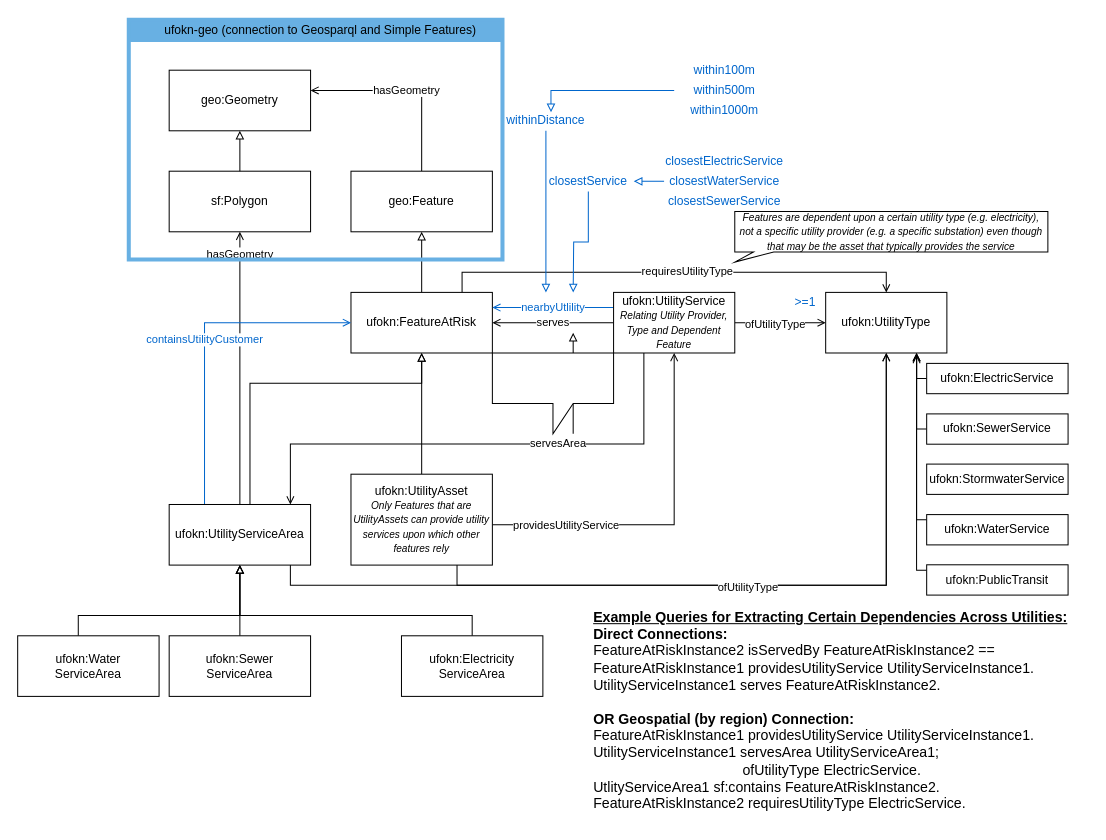
Above: UFOKN-utility-connection-pattern.drawio in UFOKN/Knowledge-Graph (draw.io), before the change. Source tidied: cells renumbered, new cells numbered last; positions are measured from the earlier drawing's top-left corner, leaving out a move shared by most shapes. Both pictures are drawn from the tidied source at 101%, with x=0, y=0 at pixel (17, 19).
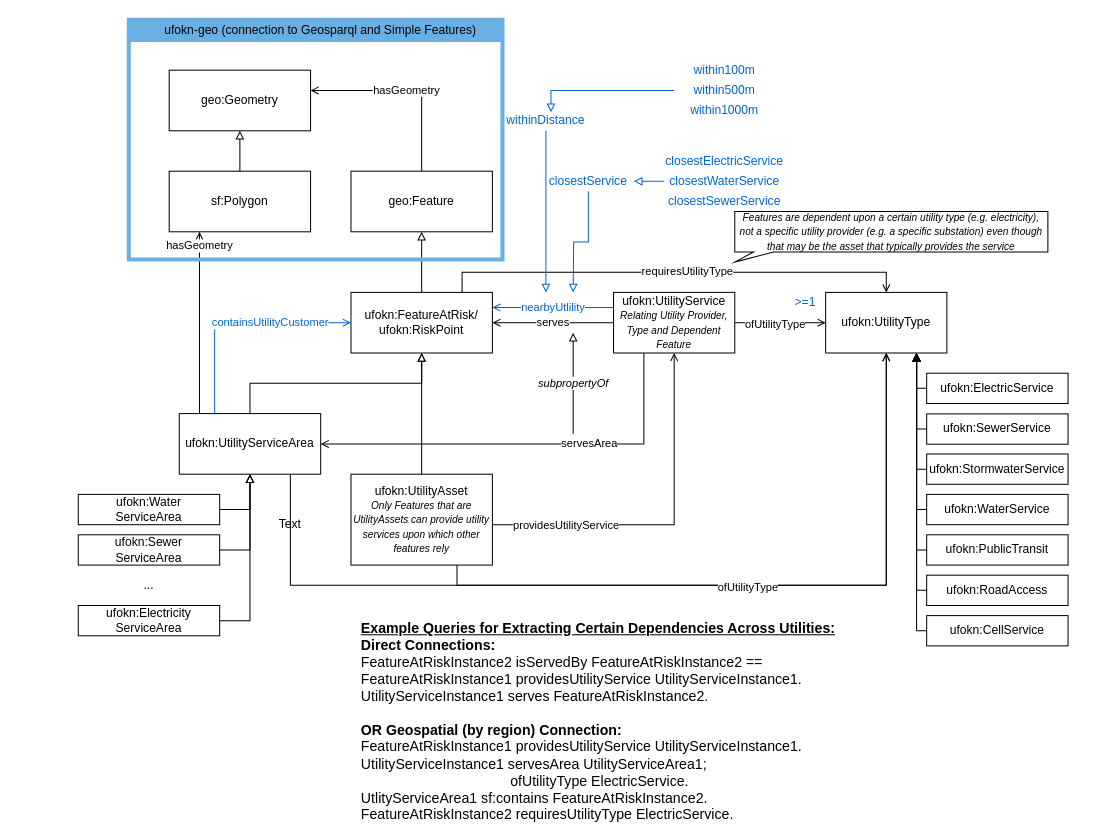
After the change.

Commit message (it also covers changes not shown here):
Utility Connection Pattern refined

Unchanged cells that the change refers to:
```xml
<mxCell id="30" value="sf:Polygon" style="rounded=0;whiteSpace=wrap;html=1;" parent="28" vertex="1">
  <mxGeometry x="40" y="150" width="140" height="60" as="geometry" />
</mxCell>
<mxCell id="36" value="ufokn:UtilityType" style="rounded=0;whiteSpace=wrap;html=1;" parent="1" vertex="1">
  <mxGeometry x="800" y="270" width="120" height="60" as="geometry" />
</mxCell>
<mxCell id="40" value="ufokn:SewerService" style="rounded=0;whiteSpace=wrap;html=1;" parent="1" vertex="1">
  <mxGeometry x="900" y="390.3" width="140" height="30" as="geometry" />
</mxCell>
```

The edit, as a diff of the source:
```diff
@@
-    <mxCell id="7" value="ufokn:FeatureAtRisk" style="rounded=0;whiteSpace=wrap;html=1;" parent="1" vertex="1">
+    <mxCell id="7" value="ufokn:FeatureAtRisk/&lt;br&gt;ufokn:RiskPoint" style="rounded=0;whiteSpace=wrap;html=1;" parent="1" vertex="1">
       <mxGeometry x="330" y="270" width="140" height="60" as="geometry" />
     </mxCell>
@@
     <mxCell id="16" value="hasGeometry" style="edgeStyle=orthogonalEdgeStyle;rounded=0;jettySize=auto;html=1;endArrow=open;endFill=0;" parent="1" edge="1" source="19" target="30">
-      <mxGeometry x="0.84" relative="1" as="geometry" />
+      <mxGeometry x="0.84" relative="1" as="geometry">
+        <Array as="points">
+          <mxPoint x="180" y="260" />
+          <mxPoint x="180" y="260" />
+        </Array>
+      </mxGeometry>
     </mxCell>
@@
     <mxCell id="18" value="containsUtilityCustomer" style="edgeStyle=orthogonalEdgeStyle;rounded=0;jettySize=auto;html=1;exitX=0.25;exitY=0;exitDx=0;exitDy=0;entryX=0;entryY=0.5;entryDx=0;entryDy=0;endArrow=open;endFill=0;strokeColor=#0066CC;fontColor=#0066CC;" parent="1" edge="1" source="19" target="7">
-      <mxGeometry relative="1" as="geometry" />
+      <mxGeometry x="0.29" relative="1" as="geometry" />
     </mxCell>
     <mxCell id="19" value="ufokn:UtilityServiceArea" style="rounded=0;whiteSpace=wrap;html=1;" parent="1" vertex="1">
-      <mxGeometry x="150" y="480" width="140" height="60" as="geometry" />
+      <mxGeometry x="160" y="390" width="140" height="60" as="geometry" />
     </mxCell>
@@
     <mxCell id="22" style="edgeStyle=orthogonalEdgeStyle;rounded=0;jettySize=auto;html=1;endArrow=block;endFill=0;" parent="1" edge="1" source="23" target="19">
       <mxGeometry relative="1" as="geometry">
         <Array as="points">
-          <mxPoint x="450" y="590" />
-          <mxPoint x="220" y="590" />
+          <mxPoint x="230" y="595" />
         </Array>
       </mxGeometry>
     </mxCell>
     <mxCell id="23" value="ufokn:Electricity&lt;br&gt;ServiceArea" style="rounded=0;whiteSpace=wrap;html=1;" parent="1" vertex="1">
-      <mxGeometry x="380" y="610" width="140" height="60" as="geometry" />
+      <mxGeometry x="60" y="580" width="140" height="30" as="geometry" />
     </mxCell>
     <mxCell id="24" style="edgeStyle=orthogonalEdgeStyle;rounded=0;jettySize=auto;html=1;endArrow=block;endFill=0;" parent="1" edge="1" source="25" target="19">
       <mxGeometry relative="1" as="geometry">
         <Array as="points">
-          <mxPoint x="60" y="590" />
-          <mxPoint x="220" y="590" />
+          <mxPoint x="230" y="485" />
         </Array>
       </mxGeometry>
     </mxCell>
     <mxCell id="25" value="ufokn:Water&lt;br&gt;ServiceArea" style="rounded=0;whiteSpace=wrap;html=1;" parent="1" vertex="1">
-      <mxGeometry y="610" width="140" height="60" as="geometry" />
+      <mxGeometry x="60" y="470" width="140" height="30" as="geometry" />
     </mxCell>
     <mxCell id="26" style="edgeStyle=orthogonalEdgeStyle;rounded=0;jettySize=auto;html=1;endArrow=block;endFill=0;" parent="1" edge="1" source="27" target="19">
       <mxGeometry relative="1" as="geometry">
         <Array as="points">
-          <mxPoint x="220" y="590" />
-          <mxPoint x="220" y="590" />
+          <mxPoint x="230" y="525" />
         </Array>
       </mxGeometry>
     </mxCell>
     <mxCell id="27" value="ufokn:Sewer&lt;br&gt;ServiceArea" style="rounded=0;whiteSpace=wrap;html=1;" parent="1" vertex="1">
-      <mxGeometry x="150" y="610" width="140" height="60" as="geometry" />
+      <mxGeometry x="60" y="510" width="140" height="30" as="geometry" />
     </mxCell>
@@
-    <mxCell id="37" style="edgeStyle=orthogonalEdgeStyle;rounded=0;jettySize=auto;html=1;endArrow=open;endFill=0;" parent="1" edge="1" source="38">
-      <mxGeometry relative="1" as="geometry">
-        <mxPoint x="890" y="332" as="targetPoint" />
-        <Array as="points">
-          <mxPoint x="890" y="355.3" />
-          <mxPoint x="890" y="331.3" />
-        </Array>
-      </mxGeometry>
-    </mxCell>
+    <mxCell id="64" style="edgeStyle=orthogonalEdgeStyle;rounded=0;jettySize=auto;html=1;endArrow=block;endFill=1;" parent="1" edge="1" source="38" target="36">
+      <mxGeometry relative="1" as="geometry">
+        <Array as="points">
+          <mxPoint x="890" y="365" />
+        </Array>
+      </mxGeometry>
+    </mxCell>
     <mxCell id="38" value="ufokn:ElectricService" style="rounded=0;whiteSpace=wrap;html=1;" parent="1" vertex="1">
-      <mxGeometry x="900" y="340.3" width="140" height="30" as="geometry" />
+      <mxGeometry x="900" y="350" width="140" height="30" as="geometry" />
     </mxCell>
-    <mxCell id="39" style="edgeStyle=orthogonalEdgeStyle;rounded=0;jettySize=auto;html=1;endArrow=open;endFill=0;" parent="1" edge="1" source="40">
+    <mxCell id="39" style="edgeStyle=orthogonalEdgeStyle;rounded=0;jettySize=auto;html=1;endArrow=block;endFill=1;" parent="1" edge="1" source="40" target="36">
       <mxGeometry relative="1" as="geometry">
-        <mxPoint x="890" y="330" as="targetPoint" />
         <Array as="points">
-          <mxPoint x="890" y="405.3" />
-          <mxPoint x="890" y="330.3" />
+          <mxPoint x="890" y="405" />
+          <mxPoint x="890" y="330" />
+          <mxPoint x="860" y="330" />
         </Array>
       </mxGeometry>
     </mxCell>
@@
-    <mxCell id="41" style="edgeStyle=orthogonalEdgeStyle;rounded=0;jettySize=auto;html=1;endArrow=open;endFill=0;" parent="1" edge="1" source="42">
+    <mxCell id="41" style="edgeStyle=orthogonalEdgeStyle;rounded=0;jettySize=auto;html=1;endArrow=block;endFill=1;" parent="1" edge="1" source="42" target="36">
       <mxGeometry relative="1" as="geometry">
-        <mxPoint x="890" y="330.3" as="targetPoint" />
         <Array as="points">
-          <mxPoint x="890" y="495" />
+          <mxPoint x="890" y="485" />
         </Array>
       </mxGeometry>
     </mxCell>
     <mxCell id="42" value="ufokn:WaterService" style="rounded=0;whiteSpace=wrap;html=1;" parent="1" vertex="1">
-      <mxGeometry x="900" y="490" width="140" height="30" as="geometry" />
+      <mxGeometry x="900" y="470" width="140" height="30" as="geometry" />
     </mxCell>
-    <mxCell id="43" style="edgeStyle=orthogonalEdgeStyle;rounded=0;jettySize=auto;html=1;endArrow=open;endFill=0;" parent="1" edge="1" source="44" target="36">
+    <mxCell id="43" style="edgeStyle=orthogonalEdgeStyle;rounded=0;jettySize=auto;html=1;endArrow=block;endFill=1;" parent="1" edge="1" source="44" target="36">
       <mxGeometry relative="1" as="geometry">
         <Array as="points">
-          <mxPoint x="890" y="545" />
+          <mxPoint x="890" y="525" />
         </Array>
       </mxGeometry>
     </mxCell>
     <mxCell id="44" value="ufokn:PublicTransit" style="rounded=0;whiteSpace=wrap;html=1;" parent="1" vertex="1">
-      <mxGeometry x="900" y="539.7" width="140" height="30" as="geometry" />
+      <mxGeometry x="900" y="510" width="140" height="30" as="geometry" />
     </mxCell>
+    <mxCell id="65" style="edgeStyle=orthogonalEdgeStyle;rounded=0;jettySize=auto;html=1;endArrow=block;endFill=1;" parent="1" edge="1" source="45" target="36">
+      <mxGeometry relative="1" as="geometry">
+        <Array as="points">
+          <mxPoint x="890" y="445" />
+        </Array>
+      </mxGeometry>
+    </mxCell>
     <mxCell id="45" value="ufokn:StormwaterService" style="rounded=0;whiteSpace=wrap;html=1;" parent="1" vertex="1">
-      <mxGeometry x="900" y="440" width="140" height="30" as="geometry" />
+      <mxGeometry x="900" y="430" width="140" height="30" as="geometry" />
     </mxCell>
     <mxCell id="46" value="&lt;div style=&quot;text-align: left ; font-size: 14px&quot;&gt;&lt;font style=&quot;font-size: 14px&quot;&gt;&lt;b&gt;&lt;u&gt;Example Queries for Extracting Certain Dependencies Across Utilities:&lt;/u&gt;&lt;/b&gt;&lt;br&gt;&lt;b&gt;Direct Connections:&lt;/b&gt;&lt;/font&gt;&lt;/div&gt;&lt;div style=&quot;text-align: left ; font-size: 14px&quot;&gt;&lt;span&gt;&lt;font style=&quot;font-size: 14px&quot;&gt;FeatureAtRiskInstance2 isServedBy FeatureAtRiskInstance2 ==&lt;/font&gt;&lt;/span&gt;&lt;/div&gt;&lt;div style=&quot;text-align: left ; font-size: 14px&quot;&gt;&lt;span&gt;&lt;font style=&quot;font-size: 14px&quot;&gt;FeatureAtRiskInstance1 providesUtilityService&amp;nbsp;UtilityServiceInstance1.&lt;/font&gt;&lt;/span&gt;&lt;/div&gt;&lt;div style=&quot;text-align: left ; font-size: 14px&quot;&gt;&lt;span&gt;&lt;font style=&quot;font-size: 14px&quot;&gt;UtilityServiceInstance1 serves FeatureAtRiskInstance2.&lt;/font&gt;&lt;/span&gt;&lt;/div&gt;&lt;div style=&quot;text-align: left ; font-size: 14px&quot;&gt;&lt;span&gt;&lt;font style=&quot;font-size: 14px&quot;&gt;&lt;br&gt;&lt;/font&gt;&lt;/span&gt;&lt;/div&gt;&lt;div style=&quot;text-align: left ; font-size: 14px&quot;&gt;&lt;span&gt;&lt;b&gt;&lt;font style=&quot;font-size: 14px&quot;&gt;OR Geospatial (by region) Connection:&lt;/font&gt;&lt;/b&gt;&lt;/span&gt;&lt;/div&gt;&lt;div style=&quot;text-align: left ; font-size: 14px&quot;&gt;&lt;font style=&quot;font-size: 14px&quot;&gt;&lt;span&gt;FeatureAtRiskInstance1 providesUtilityService UtilityServiceInstance1.&lt;/span&gt;&lt;br&gt;&lt;/font&gt;&lt;/div&gt;&lt;div style=&quot;text-align: left ; font-size: 14px&quot;&gt;&lt;font style=&quot;font-size: 14px&quot;&gt;&lt;span&gt;UtilityServiceInstance1 servesArea UtilityServiceArea1;&lt;/span&gt;&lt;br&gt;&lt;/font&gt;&lt;/div&gt;&lt;div style=&quot;text-align: left ; font-size: 14px&quot;&gt;&lt;span&gt;&lt;font style=&quot;font-size: 14px&quot;&gt;&amp;nbsp; &amp;nbsp; &amp;nbsp; &amp;nbsp; &amp;nbsp; &amp;nbsp; &amp;nbsp; &amp;nbsp; &amp;nbsp; &amp;nbsp; &amp;nbsp; &amp;nbsp; &amp;nbsp; &amp;nbsp; &amp;nbsp; &amp;nbsp; &amp;nbsp; &amp;nbsp; &amp;nbsp; ofUtilityType ElectricService.&lt;/font&gt;&lt;/span&gt;&lt;/div&gt;&lt;div style=&quot;text-align: left ; font-size: 14px&quot;&gt;&lt;span&gt;&lt;font style=&quot;font-size: 14px&quot;&gt;UtlityServiceArea1 sf:contains FeatureAtRiskInstance2.&amp;nbsp;&lt;/font&gt;&lt;/span&gt;&lt;/div&gt;&lt;div style=&quot;text-align: left ; font-size: 14px&quot;&gt;&lt;font style=&quot;font-size: 14px&quot;&gt;FeatureAtRiskInstance2 requiresUtilityType ElectricService.&lt;/font&gt;&lt;/div&gt;" style="text;html=1;strokeColor=none;fillColor=none;align=center;verticalAlign=middle;whiteSpace=wrap;rounded=0;" parent="1" vertex="1">
-      <mxGeometry x="550" y="589" width="510" height="190" as="geometry" />
+      <mxGeometry x="320" y="600" width="510" height="190" as="geometry" />
     </mxCell>
@@
-    <mxCell id="62" style="shape=callout;whiteSpace=wrap;html=1;perimeter=calloutPerimeter;" parent="1" vertex="1">
-      <mxGeometry x="470" y="330" width="120" height="80" as="geometry" />
-    </mxCell>
@@
+    <mxCell id="66" style="edgeStyle=orthogonalEdgeStyle;rounded=0;jettySize=auto;html=1;endArrow=block;endFill=1;" parent="1" edge="1" source="67" target="36">
+      <mxGeometry relative="1" as="geometry">
+        <Array as="points">
+          <mxPoint x="890" y="565" />
+        </Array>
+      </mxGeometry>
+    </mxCell>
+    <mxCell id="67" value="ufokn:RoadAccess" style="rounded=0;whiteSpace=wrap;html=1;" parent="1" vertex="1">
+      <mxGeometry x="900" y="550" width="140" height="30" as="geometry" />
+    </mxCell>
+    <mxCell id="68" style="edgeStyle=orthogonalEdgeStyle;rounded=0;jettySize=auto;html=1;endArrow=block;endFill=1;" parent="1" edge="1" source="69" target="36">
+      <mxGeometry relative="1" as="geometry">
+        <Array as="points">
+          <mxPoint x="890" y="605" />
+        </Array>
+      </mxGeometry>
+    </mxCell>
+    <mxCell id="69" value="ufokn:CellService" style="rounded=0;whiteSpace=wrap;html=1;" parent="1" vertex="1">
+      <mxGeometry x="900" y="590" width="140" height="30" as="geometry" />
+    </mxCell>
+    <mxCell id="70" value="Text" style="text;html=1;strokeColor=none;fillColor=none;align=center;verticalAlign=middle;whiteSpace=wrap;rounded=0;" parent="1" vertex="1">
+      <mxGeometry x="250" y="490" width="40" height="20" as="geometry" />
+    </mxCell>
+    <mxCell id="71" value="..." style="text;html=1;strokeColor=none;fillColor=none;align=center;verticalAlign=middle;whiteSpace=wrap;rounded=0;" parent="1" vertex="1">
+      <mxGeometry x="110" y="550" width="40" height="20" as="geometry" />
+    </mxCell>
```
